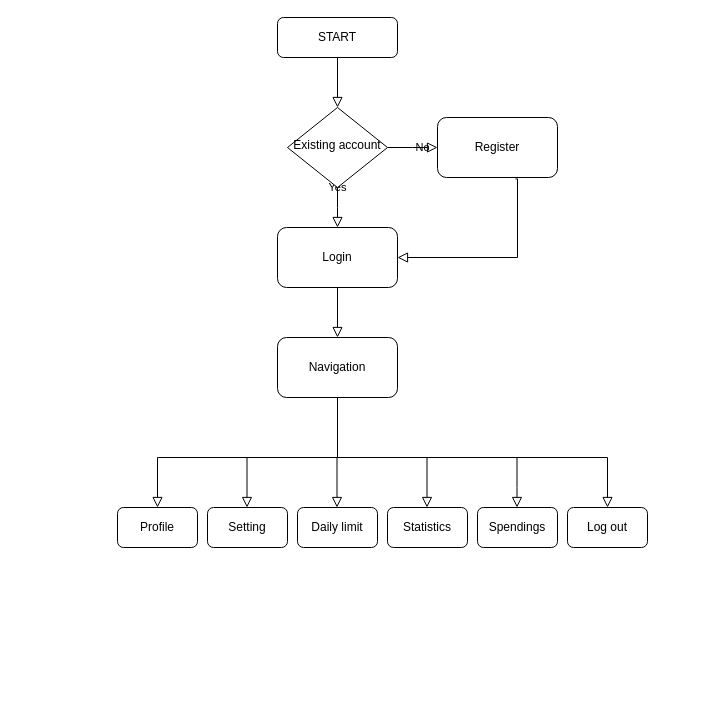
Earlier version of the draw.io diagram ExpenseTracker.drawio (radhika294/ExpenseTracker-diagram). Source tidied: cells renumbered, new cells numbered last; positions are measured from the earlier drawing's top-left corner, leaving out a move shared by most shapes. Both pictures are drawn from the tidied source at 100%, with x=0, y=0 at pixel (117, 17).
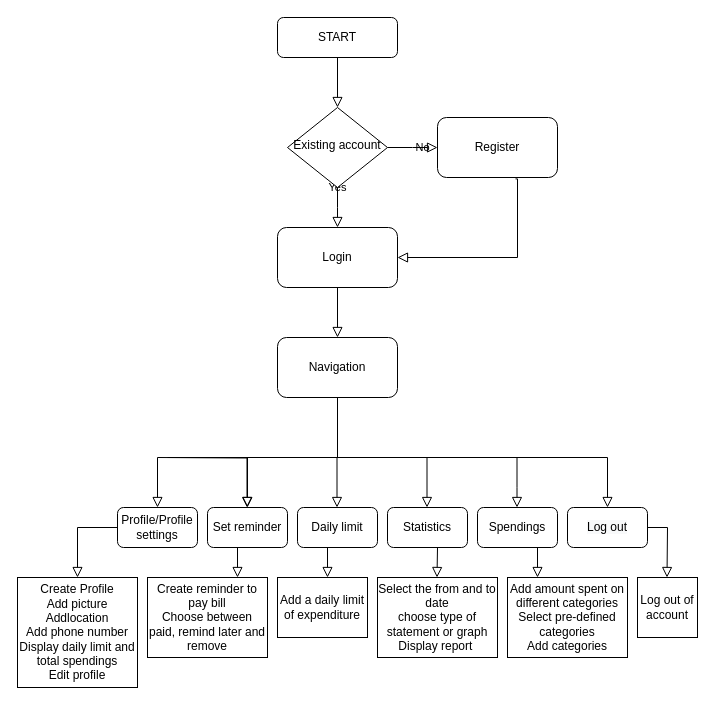
The same page after the edit.

Unchanged cells that the change refers to:
```xml
<mxCell id="21" value="&#10;&#10;&lt;span style=&quot;color: rgb(0, 0, 0); font-family: helvetica; font-size: 12px; font-style: normal; font-weight: 400; letter-spacing: normal; text-align: center; text-indent: 0px; text-transform: none; word-spacing: 0px; background-color: rgb(248, 249, 250); display: inline; float: none;&quot;&gt;Log out&lt;/span&gt;&#10;&#10;" style="rounded=1;whiteSpace=wrap;html=1;" parent="1" vertex="1">
  <mxGeometry x="450" y="490" width="80" height="40" as="geometry" />
</mxCell>
```

Diff of the diagram source:
```diff
@@
     <mxCell id="12" style="endArrow=none;html=1;" parent="1" edge="1">
       <mxGeometry relative="1" as="geometry">
-        <mxPoint x="40" y="440" as="sourcePoint" />
+        <mxPoint x="50" y="440" as="sourcePoint" />
         <mxPoint x="490" y="440" as="targetPoint" />
       </mxGeometry>
     </mxCell>
@@
-    <mxCell id="16" value="Profile" style="rounded=1;whiteSpace=wrap;html=1;" parent="1" vertex="1">
+    <mxCell id="16" value="Profile/Profile settings" style="rounded=1;whiteSpace=wrap;html=1;" parent="1" vertex="1">
       <mxGeometry y="490" width="80" height="40" as="geometry" />
     </mxCell>
@@
-    <mxCell id="18" value="Setting" style="rounded=1;whiteSpace=wrap;html=1;" parent="1" vertex="1">
-      <mxGeometry x="90" y="490" width="80" height="40" as="geometry" />
-    </mxCell>
@@
+    <mxCell id="26" value="Create Profile&lt;br&gt;Add picture&lt;br&gt;Addlocation&lt;br&gt;Add phone number&lt;br&gt;Display daily limit and total spendings&lt;br&gt;&lt;span style=&quot;color: rgb(0 , 0 , 0) ; font-family: &amp;#34;helvetica&amp;#34; ; font-size: 12px ; font-style: normal ; font-weight: 400 ; letter-spacing: normal ; text-align: center ; text-indent: 0px ; text-transform: none ; word-spacing: 0px ; background-color: rgb(255 , 255 , 255) ; display: inline ; float: none&quot;&gt;Edit profile&lt;/span&gt;" style="rounded=0;whiteSpace=wrap;html=1;" parent="1" vertex="1">
+      <mxGeometry x="-100" y="560" width="120" height="110" as="geometry" />
+    </mxCell>
+    <mxCell id="27" value="Create reminder to pay bill&lt;br&gt;Choose between paid, remind later and remove" style="rounded=0;whiteSpace=wrap;html=1;" parent="1" vertex="1">
+      <mxGeometry x="30" y="560" width="120" height="80" as="geometry" />
+    </mxCell>
+    <mxCell id="28" value="Add a daily limit of expenditure" style="rounded=0;whiteSpace=wrap;html=1;" parent="1" vertex="1">
+      <mxGeometry x="160" y="560" width="90" height="60" as="geometry" />
+    </mxCell>
+    <mxCell id="29" value="Select the from and to date&lt;br&gt;choose type of statement or graph&lt;br&gt;Display report&amp;nbsp;" style="rounded=0;whiteSpace=wrap;html=1;" parent="1" vertex="1">
+      <mxGeometry x="260" y="560" width="120" height="80" as="geometry" />
+    </mxCell>
+    <mxCell id="30" value="Add amount spent on different categories&lt;br&gt;Select pre-defined categories&lt;br&gt;Add categories" style="rounded=0;whiteSpace=wrap;html=1;" parent="1" vertex="1">
+      <mxGeometry x="390" y="560" width="120" height="80" as="geometry" />
+    </mxCell>
+    <mxCell id="31" value="Log out of account" style="rounded=0;whiteSpace=wrap;html=1;" parent="1" vertex="1">
+      <mxGeometry x="520" y="560" width="60" height="60" as="geometry" />
+    </mxCell>
+    <mxCell id="32" style="rounded=0;html=1;jettySize=auto;fontSize=11;endArrow=block;endFill=0;endSize=8;strokeWidth=1;shadow=0;labelBackgroundColor=none;edgeStyle=orthogonalEdgeStyle;" parent="1" edge="1" target="33">
+      <mxGeometry relative="1" as="geometry">
+        <mxPoint x="40" y="440" as="sourcePoint" />
+      </mxGeometry>
+    </mxCell>
+    <mxCell id="33" value="Set reminder" style="rounded=1;whiteSpace=wrap;html=1;" parent="1" vertex="1">
+      <mxGeometry x="90" y="490" width="80" height="40" as="geometry" />
+    </mxCell>
+    <mxCell id="34" style="rounded=0;html=1;jettySize=auto;orthogonalLoop=1;fontSize=11;endArrow=block;endFill=0;endSize=8;strokeWidth=1;shadow=0;labelBackgroundColor=none;edgeStyle=orthogonalEdgeStyle;" parent="1" edge="1">
+      <mxGeometry relative="1" as="geometry">
+        <mxPoint x="420" y="530" as="sourcePoint" />
+        <mxPoint x="420" y="560" as="targetPoint" />
+      </mxGeometry>
+    </mxCell>
+    <mxCell id="35" style="rounded=0;html=1;jettySize=auto;orthogonalLoop=1;fontSize=11;endArrow=block;endFill=0;endSize=8;strokeWidth=1;shadow=0;labelBackgroundColor=none;edgeStyle=orthogonalEdgeStyle;" parent="1" edge="1">
+      <mxGeometry relative="1" as="geometry">
+        <mxPoint x="320" y="530" as="sourcePoint" />
+        <mxPoint x="319.5" y="560" as="targetPoint" />
+      </mxGeometry>
+    </mxCell>
+    <mxCell id="36" style="rounded=0;html=1;jettySize=auto;fontSize=11;endArrow=block;endFill=0;endSize=8;strokeWidth=1;shadow=0;labelBackgroundColor=none;edgeStyle=orthogonalEdgeStyle;entryX=0.5;entryY=0;entryDx=0;entryDy=0;exitX=0;exitY=0.5;exitDx=0;exitDy=0;" parent="1" edge="1" source="16" target="26">
+      <mxGeometry relative="1" as="geometry" />
+    </mxCell>
+    <mxCell id="37" style="rounded=0;html=1;jettySize=auto;orthogonalLoop=1;fontSize=11;endArrow=block;endFill=0;endSize=8;strokeWidth=1;shadow=0;labelBackgroundColor=none;edgeStyle=orthogonalEdgeStyle;" parent="1" edge="1">
+      <mxGeometry relative="1" as="geometry">
+        <mxPoint x="210" y="530" as="sourcePoint" />
+        <mxPoint x="210" y="560" as="targetPoint" />
+      </mxGeometry>
+    </mxCell>
+    <mxCell id="38" style="rounded=0;html=1;jettySize=auto;orthogonalLoop=1;fontSize=11;endArrow=block;endFill=0;endSize=8;strokeWidth=1;shadow=0;labelBackgroundColor=none;edgeStyle=orthogonalEdgeStyle;" parent="1" edge="1">
+      <mxGeometry relative="1" as="geometry">
+        <mxPoint x="120" y="530" as="sourcePoint" />
+        <mxPoint x="120" y="560" as="targetPoint" />
+      </mxGeometry>
+    </mxCell>
+    <mxCell id="39" style="rounded=0;html=1;jettySize=auto;fontSize=11;endArrow=block;endFill=0;endSize=8;strokeWidth=1;shadow=0;labelBackgroundColor=none;edgeStyle=orthogonalEdgeStyle;exitX=1;exitY=0.5;exitDx=0;exitDy=0;" parent="1" edge="1" source="21">
+      <mxGeometry relative="1" as="geometry">
+        <mxPoint x="549.5" y="560" as="targetPoint" />
+      </mxGeometry>
+    </mxCell>
```
